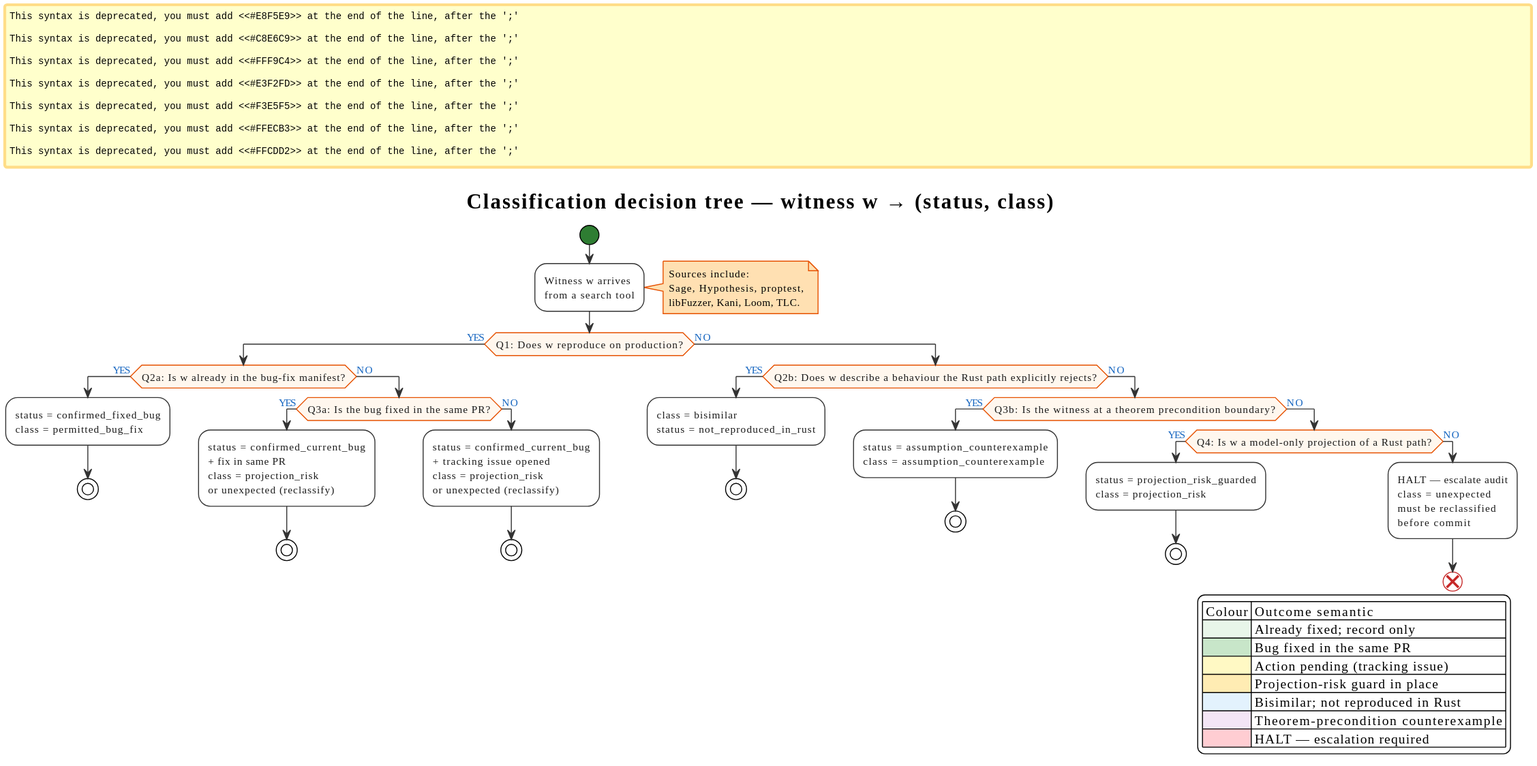
Above: docs/theory/slashing/methodology/diagrams/05-classification-decision-tree.svg in F1R3FLY-io/f1r3node-rust (PlantUML), before the change. The source it was exported from:
```plantuml
@startuml
!theme plain

skinparam ActivityBackgroundColor        #FFFFFF
skinparam ActivityBorderColor            #333333
skinparam ActivityDiamondBackgroundColor #FFF7EE
skinparam ActivityDiamondBorderColor     #E65100
skinparam ActivityDiamondFontColor       #1A1A1A
skinparam ActivityFontColor              #1A1A1A
skinparam ActivityStartColor             #2E7D32
skinparam ActivityEndColor               #C62828
skinparam NoteBackgroundColor            #FFE0B2
skinparam NoteBorderColor                #E65100
skinparam ArrowColor                     #333333
skinparam ArrowFontColor                 #1565C0
skinparam ArrowFontSize                  10
skinparam defaultFontName                "sans-serif"
skinparam defaultFontSize                11

title Classification decision tree — witness w → (status, class)

legend right
  | Colour | Outcome semantic |
  |<#E8F5E9>| Already fixed; record only |
  |<#C8E6C9>| Bug fixed in the same PR |
  |<#FFF9C4>| Action pending (tracking issue) |
  |<#FFECB3>| Projection-risk guard in place |
  |<#E3F2FD>| Bisimilar; not reproduced in Rust |
  |<#F3E5F5>| Theorem-precondition counterexample |
  |<#FFCDD2>| HALT — escalation required |
endlegend

start

:Witness w arrives
from a search tool;
note right
  Sources include:
  Sage, Hypothesis, proptest,
  libFuzzer, Kani, Loom, TLC.
end note

if (Q1: Does w reproduce on production?) then (YES)
  if (Q2a: Is w already in the bug-fix manifest?) then (YES)
    #E8F5E9:status = confirmed_fixed_bug
class  = permitted_bug_fix;
    stop
  else (NO)
    if (Q3a: Is the bug fixed in the same PR?) then (YES)
      #C8E6C9:status = confirmed_current_bug
+ fix in same PR
class  = projection_risk
or unexpected (reclassify);
      stop
    else (NO)
      #FFF9C4:status = confirmed_current_bug
+ tracking issue opened
class  = projection_risk
or unexpected (reclassify);
      stop
    endif
  endif
else (NO)
  if (Q2b: Does w describe a behaviour the Rust path explicitly rejects?) then (YES)
    #E3F2FD:class  = bisimilar
status = not_reproduced_in_rust;
    stop
  else (NO)
    if (Q3b: Is the witness at a theorem precondition boundary?) then (YES)
      #F3E5F5:status = assumption_counterexample
class  = assumption_counterexample;
      stop
    else (NO)
      if (Q4: Is w a model-only projection of a Rust path?) then (YES)
        #FFECB3:status = projection_risk_guarded
class  = projection_risk;
        stop
      else (NO)
        #FFCDD2:HALT — escalate audit
class = unexpected
must be reclassified
before commit;
        end
      endif
    endif
  endif
endif
@enduml
```
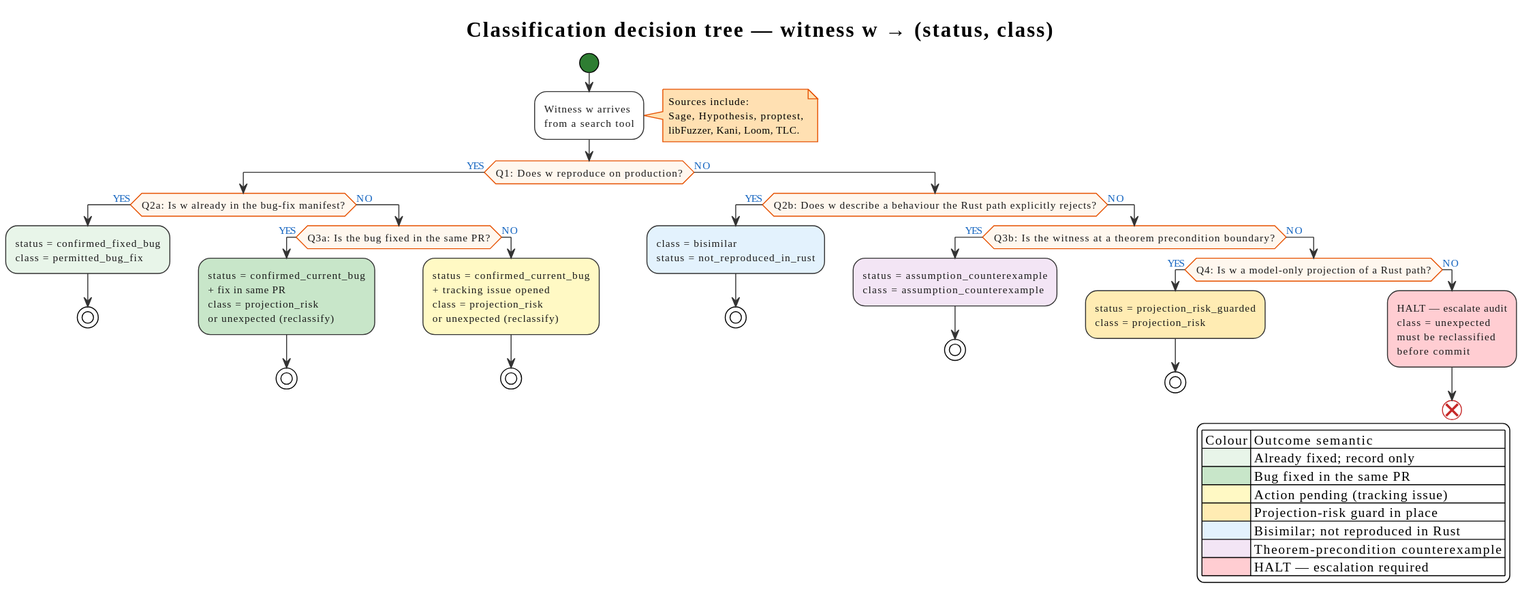
The same diagram one commit later.

The edit, as a diff of the source:
```diff
@@ -42,44 +42,44 @@
 
 if (Q1: Does w reproduce on production?) then (YES)
   if (Q2a: Is w already in the bug-fix manifest?) then (YES)
-    #E8F5E9:status = confirmed_fixed_bug
-class  = permitted_bug_fix;
+    :status = confirmed_fixed_bug
+class  = permitted_bug_fix; <<#E8F5E9>>
     stop
   else (NO)
     if (Q3a: Is the bug fixed in the same PR?) then (YES)
-      #C8E6C9:status = confirmed_current_bug
+      :status = confirmed_current_bug
 + fix in same PR
 class  = projection_risk
-or unexpected (reclassify);
+or unexpected (reclassify); <<#C8E6C9>>
       stop
     else (NO)
-      #FFF9C4:status = confirmed_current_bug
+      :status = confirmed_current_bug
 + tracking issue opened
 class  = projection_risk
-or unexpected (reclassify);
+or unexpected (reclassify); <<#FFF9C4>>
       stop
     endif
   endif
 else (NO)
   if (Q2b: Does w describe a behaviour the Rust path explicitly rejects?) then (YES)
-    #E3F2FD:class  = bisimilar
-status = not_reproduced_in_rust;
+    :class  = bisimilar
+status = not_reproduced_in_rust; <<#E3F2FD>>
     stop
   else (NO)
     if (Q3b: Is the witness at a theorem precondition boundary?) then (YES)
-      #F3E5F5:status = assumption_counterexample
-class  = assumption_counterexample;
+      :status = assumption_counterexample
+class  = assumption_counterexample; <<#F3E5F5>>
       stop
     else (NO)
       if (Q4: Is w a model-only projection of a Rust path?) then (YES)
-        #FFECB3:status = projection_risk_guarded
-class  = projection_risk;
+        :status = projection_risk_guarded
+class  = projection_risk; <<#FFECB3>>
         stop
       else (NO)
-        #FFCDD2:HALT — escalate audit
+        :HALT — escalate audit
 class = unexpected
 must be reclassified
-before commit;
+before commit; <<#FFCDD2>>
         end
       endif
     endif
```
